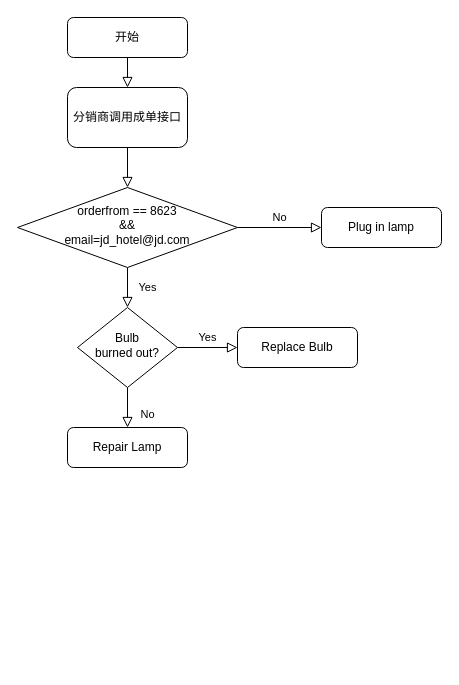
zhenjie-chen/diagrams keeps this draw.io diagram as nb/发票邮件附件PDF名称自定义.drawio. Above is the earlier version. Source tidied: cells renumbered, new cells numbered last; positions are measured from the earlier drawing's top-left corner, leaving out a move shared by most shapes. Both pictures are drawn from the tidied source at 100%, with x=0, y=0 at pixel (17, 17).
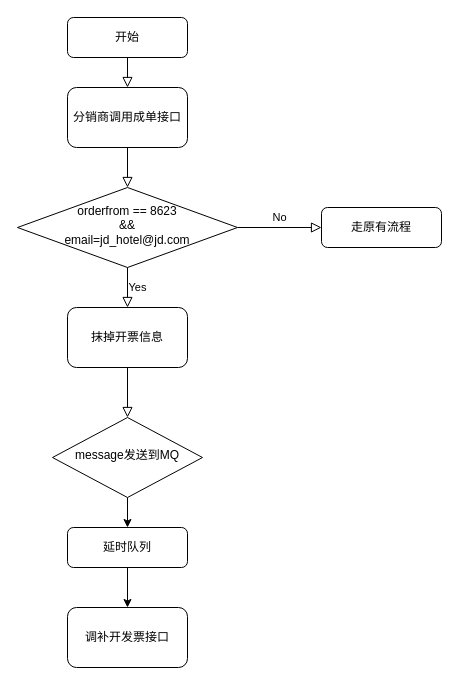
The same diagram, later.

Commit message (it also covers changes not shown here):
更新发票邮件附件PDF名称自定义.drawio

Diff of the diagram source:
```diff
@@
 <mxGraphModel>
   <root>
     <mxCell id="0" />
     <mxCell id="1" parent="0" />
     <mxCell id="2" style="rounded=0;html=1;jettySize=auto;fontSize=11;endArrow=block;endFill=0;endSize=8;strokeWidth=1;shadow=0;labelBackgroundColor=none;edgeStyle=orthogonalEdgeStyle;" parent="1" edge="1" source="14" target="6">
       <mxGeometry relative="1" as="geometry" />
     </mxCell>
     <mxCell id="3" value="开始" style="rounded=1;whiteSpace=wrap;html=1;fontSize=12;glass=0;strokeWidth=1;shadow=0;" parent="1" vertex="1">
       <mxGeometry x="50" width="120" height="40" as="geometry" />
     </mxCell>
-    <mxCell id="4" value="Yes" style="rounded=0;html=1;jettySize=auto;fontSize=11;endArrow=block;endFill=0;endSize=8;strokeWidth=1;shadow=0;labelBackgroundColor=none;edgeStyle=orthogonalEdgeStyle;" parent="1" edge="1" source="6" target="10">
-      <mxGeometry y="20" relative="1" as="geometry" />
+    <mxCell id="4" value="Yes" style="rounded=0;html=1;jettySize=auto;fontSize=11;endArrow=block;endFill=0;endSize=8;strokeWidth=1;shadow=0;labelBackgroundColor=none;edgeStyle=orthogonalEdgeStyle;" parent="1" edge="1" source="18" target="10">
+      <mxGeometry x="-1" y="81" relative="1" as="geometry">
+        <mxPoint x="-71" y="-80" as="offset" />
+      </mxGeometry>
     </mxCell>
     <mxCell id="5" value="No" style="edgeStyle=orthogonalEdgeStyle;rounded=0;html=1;jettySize=auto;fontSize=11;endArrow=block;endFill=0;endSize=8;strokeWidth=1;shadow=0;labelBackgroundColor=none;" parent="1" edge="1" source="6" target="7">
       <mxGeometry y="10" relative="1" as="geometry" />
     </mxCell>
     <mxCell id="6" value="orderfrom == 8623&lt;br&gt;&amp;amp;&amp;amp;&lt;br&gt;email=jd_hotel@jd.com" style="rhombus;whiteSpace=wrap;html=1;shadow=0;fontFamily=Helvetica;fontSize=12;align=center;strokeWidth=1;spacing=6;spacingTop=-4;" parent="1" vertex="1">
       <mxGeometry y="170" width="220" height="80" as="geometry" />
     </mxCell>
-    <mxCell id="7" value="Plug in lamp" style="rounded=1;whiteSpace=wrap;html=1;fontSize=12;glass=0;strokeWidth=1;shadow=0;" parent="1" vertex="1">
+    <mxCell id="7" value="走原有流程" style="rounded=1;whiteSpace=wrap;html=1;fontSize=12;glass=0;strokeWidth=1;shadow=0;" parent="1" vertex="1">
       <mxGeometry x="304" y="190" width="120" height="40" as="geometry" />
     </mxCell>
-    <mxCell id="8" value="No" style="rounded=0;html=1;jettySize=auto;fontSize=11;endArrow=block;endFill=0;endSize=8;strokeWidth=1;shadow=0;labelBackgroundColor=none;edgeStyle=orthogonalEdgeStyle;" parent="1" edge="1" source="10" target="11">
-      <mxGeometry x="0.33" y="20" relative="1" as="geometry" />
+    <mxCell id="8" style="edgeStyle=orthogonalEdgeStyle;rounded=0;jettySize=auto;html=1;exitX=0.5;exitY=1;exitDx=0;exitDy=0;entryX=0.5;entryY=0;entryDx=0;entryDy=0;" parent="1" edge="1" source="10" target="11">
+      <mxGeometry relative="1" as="geometry" />
     </mxCell>
-    <mxCell id="9" value="Yes" style="edgeStyle=orthogonalEdgeStyle;rounded=0;html=1;jettySize=auto;fontSize=11;endArrow=block;endFill=0;endSize=8;strokeWidth=1;shadow=0;labelBackgroundColor=none;" parent="1" edge="1" source="10" target="12">
-      <mxGeometry y="10" relative="1" as="geometry" />
-    </mxCell>
-    <mxCell id="10" value="Bulb&lt;br&gt;burned out?" style="rhombus;whiteSpace=wrap;html=1;shadow=0;fontFamily=Helvetica;fontSize=12;align=center;strokeWidth=1;spacing=6;spacingTop=-4;" parent="1" vertex="1">
-      <mxGeometry x="60" y="290" width="100" height="80" as="geometry" />
+    <mxCell id="10" value="message发送到MQ" style="rhombus;whiteSpace=wrap;html=1;shadow=0;fontFamily=Helvetica;fontSize=12;align=center;strokeWidth=1;spacing=6;spacingTop=-4;" parent="1" vertex="1">
+      <mxGeometry x="35" y="400" width="150" height="80" as="geometry" />
     </mxCell>
+    <mxCell id="15" style="edgeStyle=orthogonalEdgeStyle;rounded=0;jettySize=auto;html=1;exitX=0.5;exitY=1;exitDx=0;exitDy=0;entryX=0.5;entryY=0;entryDx=0;entryDy=0;" parent="1" edge="1" source="11" target="16">
+      <mxGeometry relative="1" as="geometry" />
+    </mxCell>
-    <mxCell id="11" value="Repair Lamp" style="rounded=1;whiteSpace=wrap;html=1;fontSize=12;glass=0;strokeWidth=1;shadow=0;" parent="1" vertex="1">
-      <mxGeometry x="50" y="410" width="120" height="40" as="geometry" />
+    <mxCell id="11" value="延时队列" style="rounded=1;whiteSpace=wrap;html=1;fontSize=12;glass=0;strokeWidth=1;shadow=0;" parent="1" vertex="1">
+      <mxGeometry x="50" y="510" width="120" height="40" as="geometry" />
     </mxCell>
-    <mxCell id="12" value="Replace Bulb" style="rounded=1;whiteSpace=wrap;html=1;fontSize=12;glass=0;strokeWidth=1;shadow=0;" parent="1" vertex="1">
-      <mxGeometry x="220" y="310" width="120" height="40" as="geometry" />
-    </mxCell>
     <mxCell id="13" style="rounded=0;html=1;jettySize=auto;fontSize=11;endArrow=block;endFill=0;endSize=8;strokeWidth=1;shadow=0;labelBackgroundColor=none;edgeStyle=orthogonalEdgeStyle;" parent="1" edge="1" source="3" target="14">
       <mxGeometry relative="1" as="geometry" />
     </mxCell>
     <mxCell id="14" value="分销商调用成单接口" style="rounded=1;whiteSpace=wrap;html=1;" parent="1" vertex="1">
       <mxGeometry x="50" y="70" width="120" height="60" as="geometry" />
     </mxCell>
+    <mxCell id="16" value="调补开发票接口" style="rounded=1;whiteSpace=wrap;html=1;" parent="1" vertex="1">
+      <mxGeometry x="50" y="590" width="120" height="60" as="geometry" />
+    </mxCell>
+    <mxCell id="17" style="rounded=0;html=1;jettySize=auto;fontSize=11;endArrow=block;endFill=0;endSize=8;strokeWidth=1;shadow=0;labelBackgroundColor=none;edgeStyle=orthogonalEdgeStyle;" parent="1" edge="1" source="6" target="18">
+      <mxGeometry x="-0.71" y="30" relative="1" as="geometry" />
+    </mxCell>
+    <mxCell id="18" value="抹掉开票信息" style="rounded=1;whiteSpace=wrap;html=1;" parent="1" vertex="1">
+      <mxGeometry x="50" y="290" width="120" height="60" as="geometry" />
+    </mxCell>
   </root>
 </mxGraphModel>
```
